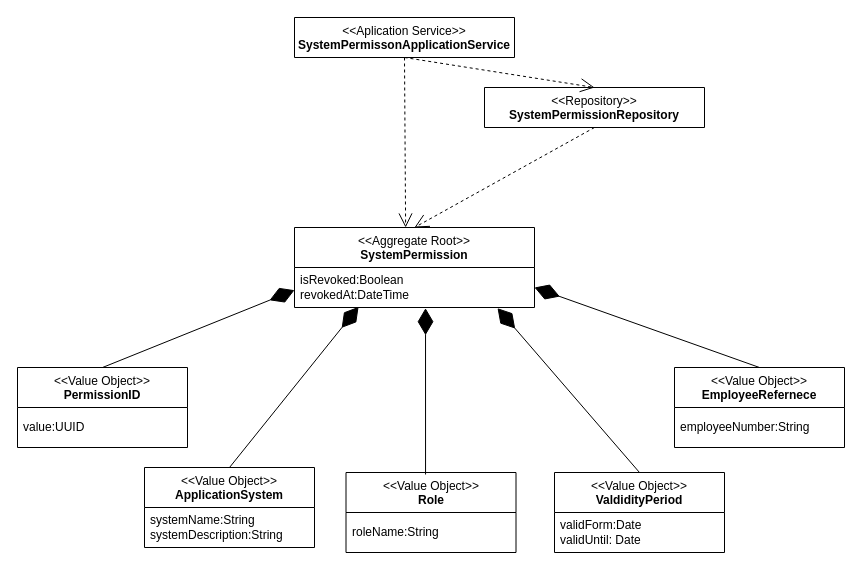
Above: uml/authorization-management.drawio in AlexanderCoopmans/FSE-Mitarbeiterverwaltung-Example (draw.io), before the change. Source tidied: cells renumbered, new cells numbered last; positions are measured from the earlier drawing's top-left corner, leaving out a move shared by most shapes. Both pictures are drawn from the tidied source at 100%, with x=0, y=0 at pixel (17, 17).
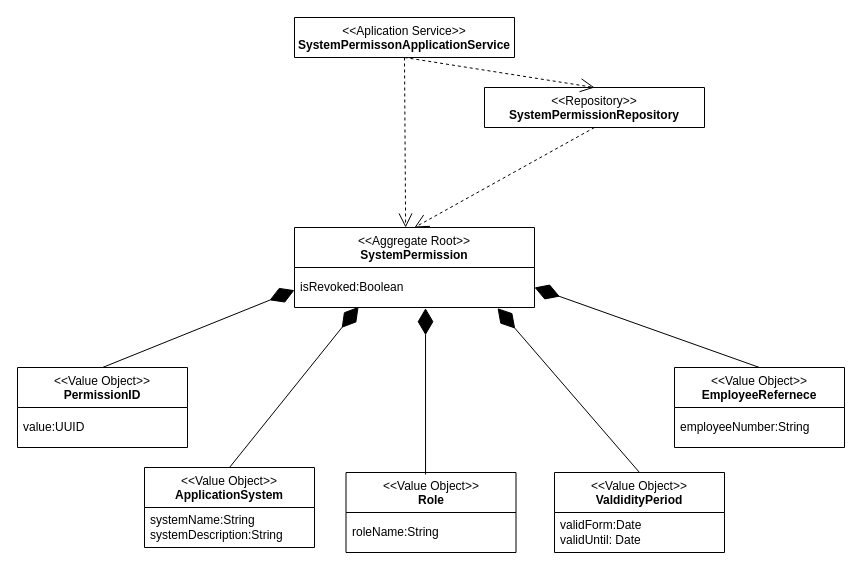
The same page after the edit.

Commit message:
docs: Updated System Permission UML and removed revokedAt atribute

The change refers to these unchanged cells:
```xml
<mxCell id="4" value="&lt;div style=&quot;&quot;&gt;&amp;lt;&amp;lt;Aggregate Root&amp;gt;&amp;gt;&lt;/div&gt;&lt;div style=&quot;font-weight: 700;&quot;&gt;SystemPermission&lt;/div&gt;" style="swimlane;fontStyle=0;align=center;verticalAlign=top;horizontal=1;startSize=40;html=1;whiteSpace=wrap;" parent="1" vertex="1">
  <mxGeometry x="277" y="210" width="240" height="80" as="geometry" />
</mxCell>
```

What changed in the source:
```diff
@@
-    <mxCell id="5" value="&lt;div&gt;&lt;span style=&quot;background-color: transparent; color: light-dark(rgb(0, 0, 0), rgb(255, 255, 255));&quot;&gt;isRevoked:Boolean&lt;/span&gt;&lt;/div&gt;&lt;div&gt;&lt;span style=&quot;background-color: transparent; color: light-dark(rgb(0, 0, 0), rgb(255, 255, 255));&quot;&gt;revokedAt:DateTime&lt;/span&gt;&lt;/div&gt;" style="text;html=1;strokeColor=none;fillColor=none;align=left;verticalAlign=middle;spacingLeft=4;spacingRight=4;overflow=hidden;points=[[0,0.5],[1,0.5]];portConstraint=eastwest;whiteSpace=wrap;" parent="4" vertex="1">
+    <mxCell id="5" value="&lt;div&gt;&lt;span style=&quot;background-color: transparent; color: light-dark(rgb(0, 0, 0), rgb(255, 255, 255));&quot;&gt;isRevoked:Boolean&lt;/span&gt;&lt;/div&gt;" style="text;html=1;strokeColor=none;fillColor=none;align=left;verticalAlign=middle;spacingLeft=4;spacingRight=4;overflow=hidden;points=[[0,0.5],[1,0.5]];portConstraint=eastwest;whiteSpace=wrap;" parent="4" vertex="1">
       <mxGeometry y="40" width="240" height="40" as="geometry" />
     </mxCell>
```
